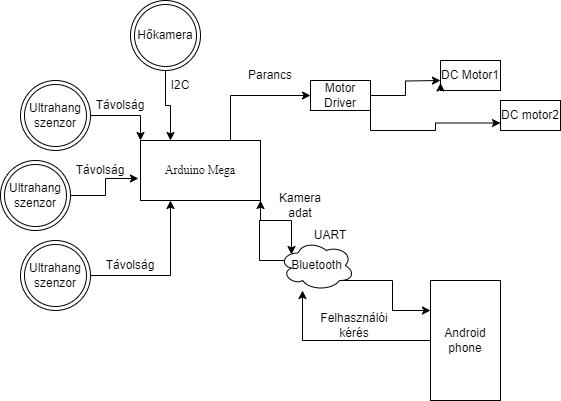
Above: Megnevezetlen diagram.drawio.png in JBLogistic/Licence_Exam (draw.io), before the change. Source tidied: cells renumbered, new cells last; positions are measured from the earlier drawing's top-left corner, leaving out a move shared by most shapes. Source of this version:
```xml
<mxGraphModel>
  <root>
    <mxCell id="0" />
    <mxCell id="1" parent="0" />
    <mxCell id="2" style="edgeStyle=orthogonalEdgeStyle;rounded=0;jettySize=auto;html=1;exitX=1;exitY=1;exitDx=0;exitDy=0;entryX=0.16;entryY=0.28;entryDx=0;entryDy=0;entryPerimeter=0;" parent="1" edge="1" source="4" target="7">
      <mxGeometry relative="1" as="geometry" />
    </mxCell>
    <mxCell id="3" style="edgeStyle=orthogonalEdgeStyle;rounded=0;jettySize=auto;html=1;exitX=0.75;exitY=0;exitDx=0;exitDy=0;entryX=0;entryY=0.5;entryDx=0;entryDy=0;" parent="1" edge="1" source="4" target="20">
      <mxGeometry relative="1" as="geometry" />
    </mxCell>
    <mxCell id="4" value="Arduino Mega" style="rounded=0;whiteSpace=wrap;html=1;fontFamily=Times New Roman;" parent="1" vertex="1">
      <mxGeometry x="140" y="140" width="120" height="60" as="geometry" />
    </mxCell>
    <mxCell id="5" style="edgeStyle=orthogonalEdgeStyle;rounded=0;jettySize=auto;html=1;exitX=0.8;exitY=0.8;exitDx=0;exitDy=0;exitPerimeter=0;entryX=0;entryY=0.25;entryDx=0;entryDy=0;" parent="1" edge="1" source="7" target="9">
      <mxGeometry relative="1" as="geometry" />
    </mxCell>
    <mxCell id="6" style="edgeStyle=orthogonalEdgeStyle;rounded=0;jettySize=auto;html=1;exitX=0.07;exitY=0.4;exitDx=0;exitDy=0;exitPerimeter=0;entryX=1;entryY=1;entryDx=0;entryDy=0;" parent="1" edge="1" source="7" target="4">
      <mxGeometry relative="1" as="geometry" />
    </mxCell>
    <mxCell id="7" value="Bluetooth" style="ellipse;shape=cloud;whiteSpace=wrap;html=1;" parent="1" vertex="1">
      <mxGeometry x="279" y="240" width="75" height="50" as="geometry" />
    </mxCell>
    <mxCell id="8" style="edgeStyle=orthogonalEdgeStyle;rounded=0;jettySize=auto;html=1;exitX=0;exitY=0.5;exitDx=0;exitDy=0;entryX=0.307;entryY=1;entryDx=0;entryDy=0;entryPerimeter=0;" parent="1" edge="1" source="9" target="7">
      <mxGeometry relative="1" as="geometry" />
    </mxCell>
    <mxCell id="9" value="Android phone" style="rounded=0;whiteSpace=wrap;html=1;" parent="1" vertex="1">
      <mxGeometry x="430" y="280" width="70" height="120" as="geometry" />
    </mxCell>
    <mxCell id="10" style="edgeStyle=orthogonalEdgeStyle;rounded=0;jettySize=auto;html=1;exitX=0.5;exitY=1;exitDx=0;exitDy=0;entryX=0.25;entryY=0;entryDx=0;entryDy=0;" parent="1" edge="1" source="11" target="4">
      <mxGeometry relative="1" as="geometry" />
    </mxCell>
    <mxCell id="11" value="Hőkamera" style="ellipse;shape=doubleEllipse;whiteSpace=wrap;html=1;" parent="1" vertex="1">
      <mxGeometry x="130" width="70" height="70" as="geometry" />
    </mxCell>
    <mxCell id="12" style="edgeStyle=orthogonalEdgeStyle;rounded=0;jettySize=auto;html=1;exitX=1;exitY=0.5;exitDx=0;exitDy=0;entryX=0;entryY=0;entryDx=0;entryDy=0;" parent="1" edge="1" source="13" target="4">
      <mxGeometry relative="1" as="geometry" />
    </mxCell>
    <mxCell id="13" value="Ultrahang szenzor" style="ellipse;shape=doubleEllipse;whiteSpace=wrap;html=1;" parent="1" vertex="1">
      <mxGeometry x="20" y="80" width="70" height="70" as="geometry" />
    </mxCell>
    <mxCell id="14" style="edgeStyle=orthogonalEdgeStyle;rounded=0;jettySize=auto;html=1;exitX=1;exitY=0.5;exitDx=0;exitDy=0;entryX=-0.017;entryY=0.633;entryDx=0;entryDy=0;entryPerimeter=0;" parent="1" edge="1" source="15" target="4">
      <mxGeometry relative="1" as="geometry" />
    </mxCell>
    <mxCell id="15" value="Ultrahang szenzor" style="ellipse;shape=doubleEllipse;whiteSpace=wrap;html=1;" parent="1" vertex="1">
      <mxGeometry y="160" width="70" height="70" as="geometry" />
    </mxCell>
    <mxCell id="16" style="edgeStyle=orthogonalEdgeStyle;rounded=0;jettySize=auto;html=1;exitX=1;exitY=0.5;exitDx=0;exitDy=0;entryX=0.25;entryY=1;entryDx=0;entryDy=0;" parent="1" edge="1" source="17" target="4">
      <mxGeometry relative="1" as="geometry" />
    </mxCell>
    <mxCell id="17" value="Ultrahang szenzor" style="ellipse;shape=doubleEllipse;whiteSpace=wrap;html=1;" parent="1" vertex="1">
      <mxGeometry x="20" y="240" width="70" height="70" as="geometry" />
    </mxCell>
    <mxCell id="18" style="edgeStyle=orthogonalEdgeStyle;rounded=0;jettySize=auto;html=1;exitX=1;exitY=0.5;exitDx=0;exitDy=0;" parent="1" edge="1" source="20">
      <mxGeometry relative="1" as="geometry">
        <mxPoint x="440" y="80" as="targetPoint" />
      </mxGeometry>
    </mxCell>
    <mxCell id="19" style="edgeStyle=orthogonalEdgeStyle;rounded=0;jettySize=auto;html=1;exitX=1;exitY=1;exitDx=0;exitDy=0;entryX=0;entryY=0.75;entryDx=0;entryDy=0;" parent="1" edge="1" source="20" target="21">
      <mxGeometry relative="1" as="geometry" />
    </mxCell>
    <mxCell id="20" value="Motor Driver" style="rounded=0;whiteSpace=wrap;html=1;" parent="1" vertex="1">
      <mxGeometry x="310" y="80" width="60" height="30" as="geometry" />
    </mxCell>
    <mxCell id="21" value="DC motor2" style="rounded=0;whiteSpace=wrap;html=1;" parent="1" vertex="1">
      <mxGeometry x="500" y="100" width="60" height="30" as="geometry" />
    </mxCell>
    <mxCell id="22" value="Parancs" style="text;html=1;strokeColor=none;fillColor=none;align=center;verticalAlign=middle;whiteSpace=wrap;rounded=0;" parent="1" vertex="1">
      <mxGeometry x="240" y="60" width="60" height="30" as="geometry" />
    </mxCell>
    <mxCell id="23" value="I2C" style="text;html=1;strokeColor=none;fillColor=none;align=center;verticalAlign=middle;whiteSpace=wrap;rounded=0;" parent="1" vertex="1">
      <mxGeometry x="150" y="70" width="60" height="30" as="geometry" />
    </mxCell>
    <mxCell id="24" value="UART" style="text;html=1;strokeColor=none;fillColor=none;align=center;verticalAlign=middle;whiteSpace=wrap;rounded=0;" parent="1" vertex="1">
      <mxGeometry x="300" y="220" width="60" height="30" as="geometry" />
    </mxCell>
    <mxCell id="25" value="DC Motor1" style="rounded=0;whiteSpace=wrap;html=1;" parent="1" vertex="1">
      <mxGeometry x="440" y="60" width="60" height="30" as="geometry" />
    </mxCell>
    <mxCell id="26" style="edgeStyle=orthogonalEdgeStyle;rounded=0;orthogonalLoop=1;jettySize=auto;html=1;exitX=0;exitY=1;exitDx=0;exitDy=0;entryX=0;entryY=0.75;entryDx=0;entryDy=0;" parent="1" edge="1" source="25" target="25">
      <mxGeometry relative="1" as="geometry" />
    </mxCell>
    <mxCell id="27" value="Kamera adat" style="text;html=1;strokeColor=none;fillColor=none;align=center;verticalAlign=middle;whiteSpace=wrap;rounded=0;" parent="1" vertex="1">
      <mxGeometry x="270" y="190" width="60" height="30" as="geometry" />
    </mxCell>
    <mxCell id="28" value="Felhasználói kérés" style="text;html=1;strokeColor=none;fillColor=none;align=center;verticalAlign=middle;whiteSpace=wrap;rounded=0;" parent="1" vertex="1">
      <mxGeometry x="324" y="310" width="60" height="30" as="geometry" />
    </mxCell>
    <mxCell id="29" value="Távolság" style="text;html=1;strokeColor=none;fillColor=none;align=center;verticalAlign=middle;whiteSpace=wrap;rounded=0;" parent="1" vertex="1">
      <mxGeometry x="90" y="90" width="60" height="30" as="geometry" />
    </mxCell>
    <mxCell id="30" value="Távolság" style="text;html=1;strokeColor=none;fillColor=none;align=center;verticalAlign=middle;whiteSpace=wrap;rounded=0;" parent="1" vertex="1">
      <mxGeometry x="70" y="155" width="60" height="30" as="geometry" />
    </mxCell>
    <mxCell id="31" value="Távolság" style="text;html=1;strokeColor=none;fillColor=none;align=center;verticalAlign=middle;whiteSpace=wrap;rounded=0;" parent="1" vertex="1">
      <mxGeometry x="100" y="250" width="60" height="30" as="geometry" />
    </mxCell>
  </root>
</mxGraphModel>
```
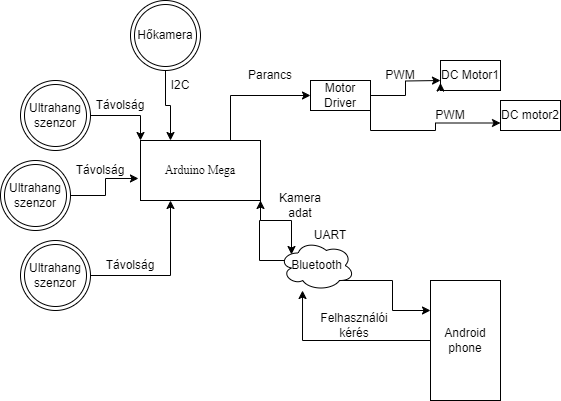
The same file after the commit.

What changed in the source:
```diff
@@ -94,5 +94,11 @@
     <mxCell id="31" value="Távolság" style="text;html=1;strokeColor=none;fillColor=none;align=center;verticalAlign=middle;whiteSpace=wrap;rounded=0;" parent="1" vertex="1">
       <mxGeometry x="100" y="250" width="60" height="30" as="geometry" />
     </mxCell>
+    <mxCell id="32" value="PWM" style="text;html=1;strokeColor=none;fillColor=none;align=center;verticalAlign=middle;whiteSpace=wrap;rounded=0;" parent="1" vertex="1">
+      <mxGeometry x="370" y="60" width="60" height="30" as="geometry" />
+    </mxCell>
+    <mxCell id="33" value="PWM" style="text;html=1;strokeColor=none;fillColor=none;align=center;verticalAlign=middle;whiteSpace=wrap;rounded=0;" parent="1" vertex="1">
+      <mxGeometry x="420" y="100" width="60" height="30" as="geometry" />
+    </mxCell>
   </root>
 </mxGraphModel>
```
